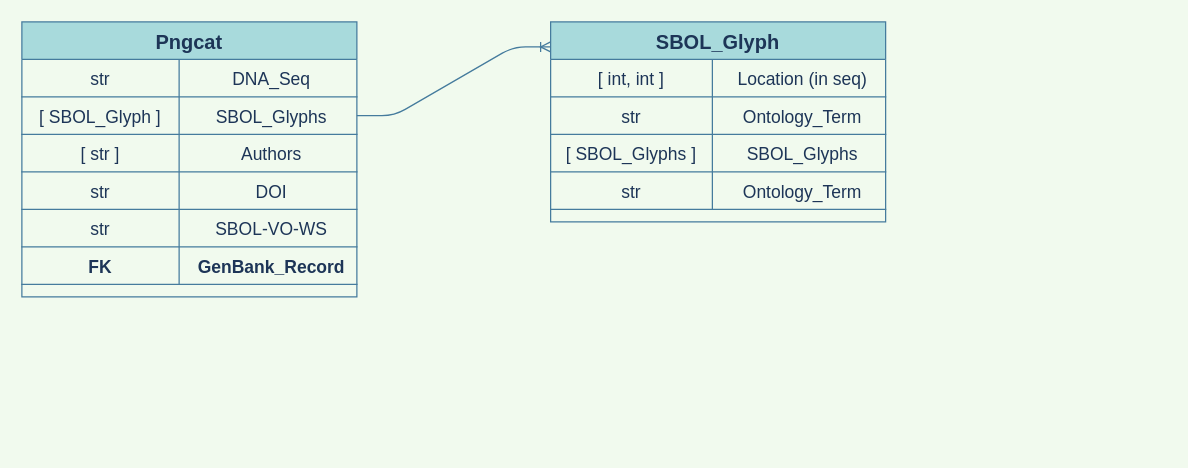
Above: page "Mongo Models" (3 of 3) of documentation/pngcat_all_diagrams.drawio in shamseen/pngcat-api (draw.io), before the change. Source tidied: cells renumbered, new cells numbered last; positions are measured from the earlier drawing's top-left corner, leaving out a move shared by most shapes. Both pictures are drawn from the tidied source at 125%, with x=0, y=0 at pixel (21, 21).
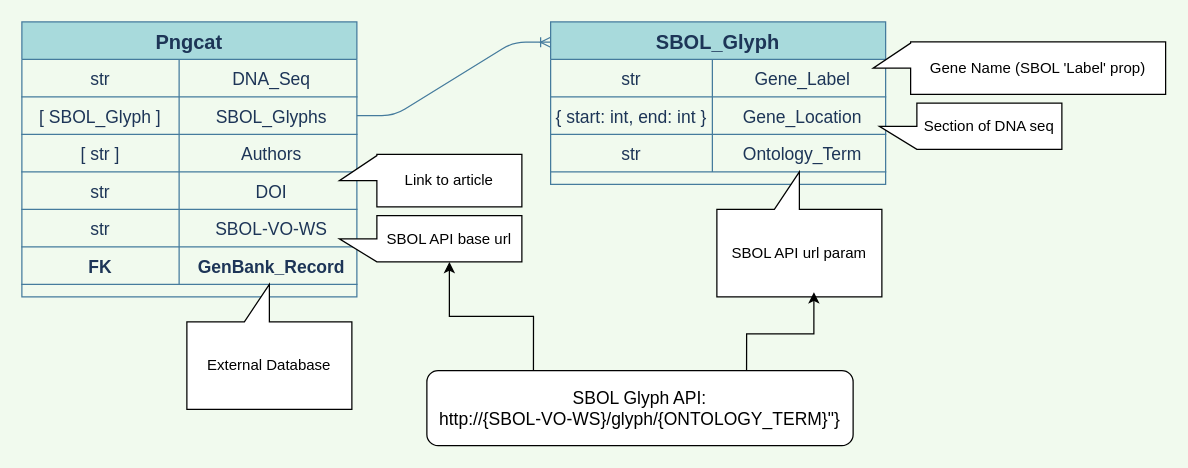
Above is the later version.

The change refers to these unchanged cells:
```xml
<mxCell id="22" style="shape=partialRectangle;fillColor=none;top=0;left=0;bottom=1;right=0;fontSize=14;strokeColor=#457B9D;fontColor=#1D3557;" parent="21" vertex="1">
  <mxGeometry y="30" width="268" height="30" as="geometry" />
</mxCell>
```

Change to the diagram source:
```diff
@@
     <mxCell id="21" value="SBOL_Glyph" style="shape=table;startSize=30;childLayout=tableLayout;rowLines=0;fontStyle=1;align=center;fillColor=#A8DADC;fontSize=16;strokeColor=#457B9D;fontColor=#1D3557;" parent="1" vertex="1">
-      <mxGeometry x="423" width="268" height="160" as="geometry" />
+      <mxGeometry x="423" width="268" height="130" as="geometry" />
     </mxCell>
@@
-    <mxCell id="23" value="[ int, int ]" style="shape=partialRectangle;fillColor=none;top=0;left=0;bottom=0;right=0;fontStyle=0;overflow=hidden;fontSize=14;strokeColor=#457B9D;fontColor=#1D3557;" parent="22" vertex="1">
+    <mxCell id="23" value="str" style="shape=partialRectangle;fillColor=none;top=0;left=0;bottom=0;right=0;fontStyle=0;overflow=hidden;fontSize=14;strokeColor=#457B9D;fontColor=#1D3557;" parent="22" vertex="1">
       <mxGeometry width="129.4" height="30" as="geometry" />
     </mxCell>
-    <mxCell id="24" value="Location (in seq)" style="shape=partialRectangle;fillColor=none;top=0;left=0;bottom=0;right=0;align=center;spacingLeft=6;fontStyle=0;overflow=hidden;fontSize=14;strokeColor=#457B9D;fontColor=#1D3557;" parent="22" vertex="1">
+    <mxCell id="24" value="Gene_Label" style="shape=partialRectangle;fillColor=none;top=0;left=0;bottom=0;right=0;align=center;spacingLeft=6;fontStyle=0;overflow=hidden;fontSize=14;strokeColor=#457B9D;fontColor=#1D3557;" parent="22" vertex="1">
       <mxGeometry x="129.4" width="138.6" height="30" as="geometry" />
     </mxCell>
+    <mxCell id="35" style="shape=partialRectangle;fillColor=none;top=0;left=0;bottom=1;right=0;fontSize=14;strokeColor=#457B9D;fontColor=#1D3557;" parent="21" vertex="1">
+      <mxGeometry y="60" width="268" height="30" as="geometry" />
+    </mxCell>
+    <mxCell id="36" value="{ start: int, end: int }" style="shape=partialRectangle;fillColor=none;top=0;left=0;bottom=0;right=0;fontStyle=0;overflow=hidden;fontSize=14;strokeColor=#457B9D;fontColor=#1D3557;" parent="35" vertex="1">
+      <mxGeometry width="129.4" height="30" as="geometry" />
+    </mxCell>
+    <mxCell id="37" value="Gene_Location" style="shape=partialRectangle;fillColor=none;top=0;left=0;bottom=0;right=0;align=center;spacingLeft=6;fontStyle=0;overflow=hidden;fontSize=14;strokeColor=#457B9D;fontColor=#1D3557;" parent="35" vertex="1">
+      <mxGeometry x="129.4" width="138.6" height="30" as="geometry" />
+    </mxCell>
     <mxCell id="25" style="shape=partialRectangle;fillColor=none;top=0;left=0;bottom=1;right=0;fontSize=14;strokeColor=#457B9D;fontColor=#1D3557;" parent="21" vertex="1">
-      <mxGeometry y="60" width="268" height="30" as="geometry" />
+      <mxGeometry y="90" width="268" height="30" as="geometry" />
     </mxCell>
@@
-    <mxCell id="28" style="shape=partialRectangle;fillColor=none;top=0;left=0;bottom=1;right=0;fontSize=14;strokeColor=#457B9D;fontColor=#1D3557;" parent="21" vertex="1">
-      <mxGeometry y="90" width="268" height="30" as="geometry" />
-    </mxCell>
-    <mxCell id="29" value="[ SBOL_Glyphs ]" style="shape=partialRectangle;fillColor=none;top=0;left=0;bottom=0;right=0;fontStyle=0;overflow=hidden;fontSize=14;strokeColor=#457B9D;fontColor=#1D3557;" parent="28" vertex="1">
-      <mxGeometry width="129.4" height="30" as="geometry" />
-    </mxCell>
-    <mxCell id="30" value="SBOL_Glyphs" style="shape=partialRectangle;fillColor=none;top=0;left=0;bottom=0;right=0;align=center;spacingLeft=6;fontStyle=0;overflow=hidden;fontSize=14;strokeColor=#457B9D;fontColor=#1D3557;" parent="28" vertex="1">
-      <mxGeometry x="129.4" width="138.6" height="30" as="geometry" />
-    </mxCell>
-    <mxCell id="31" style="shape=partialRectangle;fillColor=none;top=0;left=0;bottom=1;right=0;fontSize=14;strokeColor=#457B9D;fontColor=#1D3557;" parent="21" vertex="1">
-      <mxGeometry y="120" width="268" height="30" as="geometry" />
-    </mxCell>
-    <mxCell id="32" value="str" style="shape=partialRectangle;fillColor=none;top=0;left=0;bottom=0;right=0;fontStyle=0;overflow=hidden;fontSize=14;strokeColor=#457B9D;fontColor=#1D3557;" parent="31" vertex="1">
-      <mxGeometry width="129.4" height="30" as="geometry" />
-    </mxCell>
-    <mxCell id="33" value="Ontology_Term" style="shape=partialRectangle;fillColor=none;top=0;left=0;bottom=0;right=0;align=center;spacingLeft=6;fontStyle=0;overflow=hidden;fontSize=14;strokeColor=#457B9D;fontColor=#1D3557;" parent="31" vertex="1">
-      <mxGeometry x="129.4" width="138.6" height="30" as="geometry" />
-    </mxCell>
@@
+    <mxCell id="38" value="Link to article" style="shape=callout;whiteSpace=wrap;html=1;perimeter=calloutPerimeter;direction=south;flipV=1;" parent="1" vertex="1">
+      <mxGeometry x="254" y="106" width="146" height="42" as="geometry" />
+    </mxCell>
+    <mxCell id="39" value="External Database" style="shape=callout;whiteSpace=wrap;html=1;perimeter=calloutPerimeter;direction=west;" parent="1" vertex="1">
+      <mxGeometry x="132" y="210" width="132" height="100" as="geometry" />
+    </mxCell>
+    <mxCell id="40" value="SBOL API base url" style="shape=callout;whiteSpace=wrap;html=1;perimeter=calloutPerimeter;direction=south;" parent="1" vertex="1">
+      <mxGeometry x="254" y="155" width="146" height="37" as="geometry" />
+    </mxCell>
+    <mxCell id="41" value="SBOL API url param" style="shape=callout;whiteSpace=wrap;html=1;perimeter=calloutPerimeter;direction=west;" parent="1" vertex="1">
+      <mxGeometry x="556" y="120" width="132" height="100" as="geometry" />
+    </mxCell>
+    <mxCell id="42" value="Gene Name (SBOL 'Label' prop)" style="shape=callout;whiteSpace=wrap;html=1;perimeter=calloutPerimeter;direction=south;flipV=1;" parent="1" vertex="1">
+      <mxGeometry x="681" y="16" width="234" height="42" as="geometry" />
+    </mxCell>
+    <mxCell id="43" value="Section of DNA seq" style="shape=callout;whiteSpace=wrap;html=1;perimeter=calloutPerimeter;direction=south;" parent="1" vertex="1">
+      <mxGeometry x="686" y="65" width="146" height="37" as="geometry" />
+    </mxCell>
+    <mxCell id="44" style="edgeStyle=orthogonalEdgeStyle;rounded=0;jettySize=auto;html=1;exitX=0.75;exitY=0;exitDx=0;exitDy=0;entryX=0.412;entryY=0.037;entryDx=0;entryDy=0;entryPerimeter=0;" parent="1" edge="1" source="46" target="41">
+      <mxGeometry relative="1" as="geometry" />
+    </mxCell>
+    <mxCell id="45" style="edgeStyle=orthogonalEdgeStyle;rounded=0;jettySize=auto;html=1;exitX=0.25;exitY=0;exitDx=0;exitDy=0;entryX=0;entryY=0;entryDx=37;entryDy=58;entryPerimeter=0;" parent="1" edge="1" source="46" target="40">
+      <mxGeometry relative="1" as="geometry" />
+    </mxCell>
+    <mxCell id="46" value="&lt;font style=&quot;font-size: 14px&quot;&gt;SBOL Glyph API:&lt;br&gt;http://{SBOL-VO-WS}/glyph/{ONTOLOGY_TERM}&quot;}&lt;/font&gt;" style="rounded=1;whiteSpace=wrap;html=1;" parent="1" vertex="1">
+      <mxGeometry x="324" y="279" width="341" height="60" as="geometry" />
+    </mxCell>
```
